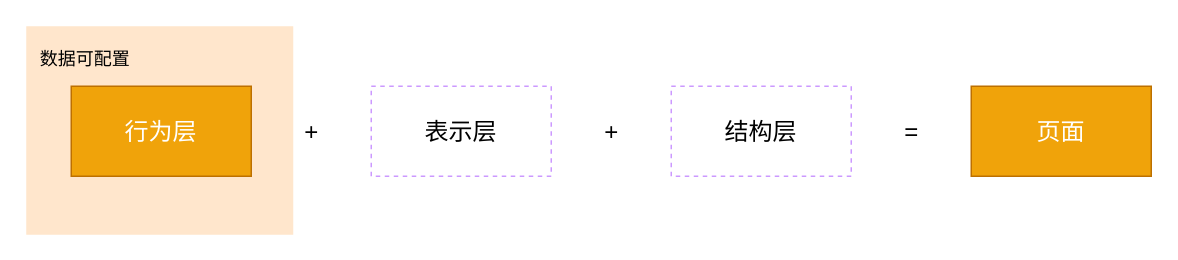
Earlier version of the draw.io diagram page "配置平台4" (9 of 10) of Untitled Diagram.drawio (zyx1992/hexoDocs). Source tidied: cells renumbered, new cells numbered last; positions are measured from the earlier drawing's top-left corner, leaving out a move shared by most shapes. Both pictures are drawn from the tidied source at 150%, with x=0, y=0 at pixel (26, 26).
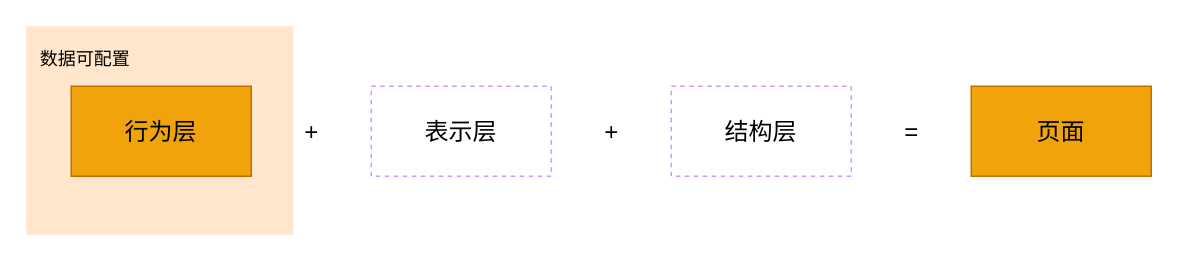
The same page after the edit.

Diff of the diagram source:
```diff
@@
 <mxGraphModel>
   <root>
     <mxCell id="0" />
     <mxCell id="1" parent="0" />
     <mxCell id="2" style="rounded=0;whiteSpace=wrap;html=1;strokeWidth=1;fontSize=16;dashed=1;fillColor=#ffe6cc;strokeColor=none;" parent="1" vertex="1">
       <mxGeometry width="178" height="139" as="geometry" />
     </mxCell>
-    <mxCell id="3" value="行为层" style="rounded=0;whiteSpace=wrap;html=1;strokeColor=#BD7000;strokeWidth=1;fillColor=#f0a30a;fontSize=16;fontColor=#ffffff;" parent="1" vertex="1">
+    <mxCell id="3" value="行为层" style="rounded=0;whiteSpace=wrap;html=1;strokeColor=#BD7000;strokeWidth=1;fillColor=#f0a30a;fontSize=16;" parent="1" vertex="1">
       <mxGeometry x="30" y="40" width="120" height="60" as="geometry" />
     </mxCell>
     <mxCell id="4" value="表示层" style="rounded=0;whiteSpace=wrap;html=1;strokeWidth=1;fillColor=none;gradientColor=none;fontSize=16;fontColor=#000000;dashed=1;strokeColor=#CC99FF;" parent="1" vertex="1">
       <mxGeometry x="230" y="40" width="120" height="60" as="geometry" />
     </mxCell>
     <mxCell id="5" value="结构层" style="rounded=0;whiteSpace=wrap;html=1;strokeWidth=1;fillColor=none;gradientColor=none;fontSize=16;fontColor=#000000;dashed=1;strokeColor=#CC99FF;" parent="1" vertex="1">
       <mxGeometry x="430" y="40" width="120" height="60" as="geometry" />
     </mxCell>
     <mxCell id="6" value="=" style="text;html=1;align=center;verticalAlign=middle;fontSize=16;fontColor=#000000;" parent="1" vertex="1">
       <mxGeometry x="580" y="60" width="20" height="20" as="geometry" />
     </mxCell>
-    <mxCell id="7" value="页面" style="rounded=0;whiteSpace=wrap;html=1;strokeColor=#BD7000;strokeWidth=1;fillColor=#f0a30a;fontSize=16;fontColor=#ffffff;" parent="1" vertex="1">
+    <mxCell id="7" value="&lt;font color=&quot;#000000&quot;&gt;页面&lt;/font&gt;" style="rounded=0;whiteSpace=wrap;html=1;strokeColor=#BD7000;strokeWidth=1;fillColor=#f0a30a;fontSize=16;fontColor=#ffffff;" parent="1" vertex="1">
       <mxGeometry x="630" y="40" width="120" height="60" as="geometry" />
     </mxCell>
     <mxCell id="8" value="+" style="text;html=1;align=center;verticalAlign=middle;fontSize=16;fontColor=#000000;" parent="1" vertex="1">
       <mxGeometry x="180" y="60" width="20" height="20" as="geometry" />
     </mxCell>
     <mxCell id="9" value="+" style="text;html=1;align=center;verticalAlign=middle;fontSize=16;fontColor=#000000;" parent="1" vertex="1">
       <mxGeometry x="380" y="60" width="20" height="20" as="geometry" />
     </mxCell>
     <mxCell id="10" value="&lt;font style=&quot;font-size: 12px&quot;&gt;数据可配置&lt;/font&gt;" style="text;html=1;align=center;verticalAlign=middle;fontSize=16;fontColor=#000000;" parent="1" vertex="1">
       <mxGeometry x="4" y="8" width="70" height="24" as="geometry" />
     </mxCell>
   </root>
 </mxGraphModel>
```
